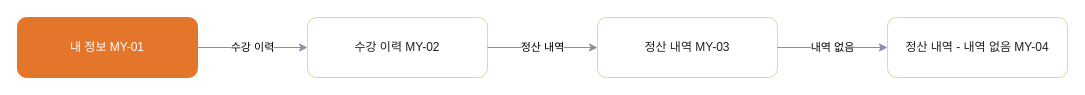
Above: page "MY 마이페이지" (8 of 9) of 판매용_템플릿/_판매팩/LMS_디럭스/05_FLOW_흐름도.drawio in hyunplanb-cyber/ia-generation-platform (draw.io), before the change. Source tidied: cells renumbered, new cells numbered last; positions are measured from the earlier drawing's top-left corner, leaving out a move shared by most shapes. Both pictures are drawn from the tidied source at 100%, with x=0, y=0 at pixel (17, 17).
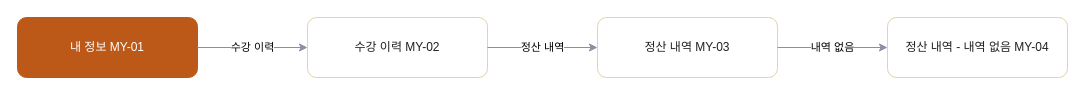
Above is the later version.

Change to the diagram source:
```diff
@@
 <mxGraphModel>
   <root>
     <mxCell id="0" />
     <mxCell id="1" parent="0" />
-    <mxCell id="2" value="내 정보 MY-01" style="rounded=1;whiteSpace=wrap;html=1;fillColor=#E4762C;strokeColor=#E4762C;fontColor=#FFFFFF;" parent="1" vertex="1">
+    <mxCell id="2" value="내 정보 MY-01" style="rounded=1;whiteSpace=wrap;html=1;fillColor=#BC5918;strokeColor=#BC5918;fontColor=#FFFFFF;" parent="1" vertex="1">
       <mxGeometry width="180" height="60" as="geometry" />
     </mxCell>
     <mxCell id="3" value="수강 이력 MY-02" style="rounded=1;whiteSpace=wrap;html=1;fillColor=#FFFFFF;strokeColor=#E2D3AE;fontColor=#1F2024;" parent="1" vertex="1">
       <mxGeometry x="290" width="180" height="60" as="geometry" />
     </mxCell>
     <mxCell id="4" value="정산 내역 MY-03" style="rounded=1;whiteSpace=wrap;html=1;fillColor=#FFFFFF;strokeColor=#E2D3AE;fontColor=#1F2024;" parent="1" vertex="1">
       <mxGeometry x="580" width="180" height="60" as="geometry" />
     </mxCell>
     <mxCell id="5" value="정산 내역 - 내역 없음 MY-04" style="rounded=1;whiteSpace=wrap;html=1;fillColor=#FFFFFF;strokeColor=#E2D3AE;fontColor=#1F2024;" parent="1" vertex="1">
       <mxGeometry x="870" width="180" height="60" as="geometry" />
     </mxCell>
     <mxCell id="6" value="수강 이력" style="edgeStyle=orthogonalEdgeStyle;rounded=1;html=1;strokeColor=#8B8FA3;" parent="1" edge="1" source="2" target="3">
       <mxGeometry relative="1" as="geometry" />
     </mxCell>
     <mxCell id="7" value="정산 내역" style="edgeStyle=orthogonalEdgeStyle;rounded=1;html=1;strokeColor=#8B8FA3;" parent="1" edge="1" source="3" target="4">
       <mxGeometry relative="1" as="geometry" />
     </mxCell>
     <mxCell id="8" value="내역 없음" style="edgeStyle=orthogonalEdgeStyle;rounded=1;html=1;strokeColor=#8B8FA3;" parent="1" edge="1" source="4" target="5">
       <mxGeometry relative="1" as="geometry" />
     </mxCell>
   </root>
 </mxGraphModel>
```
